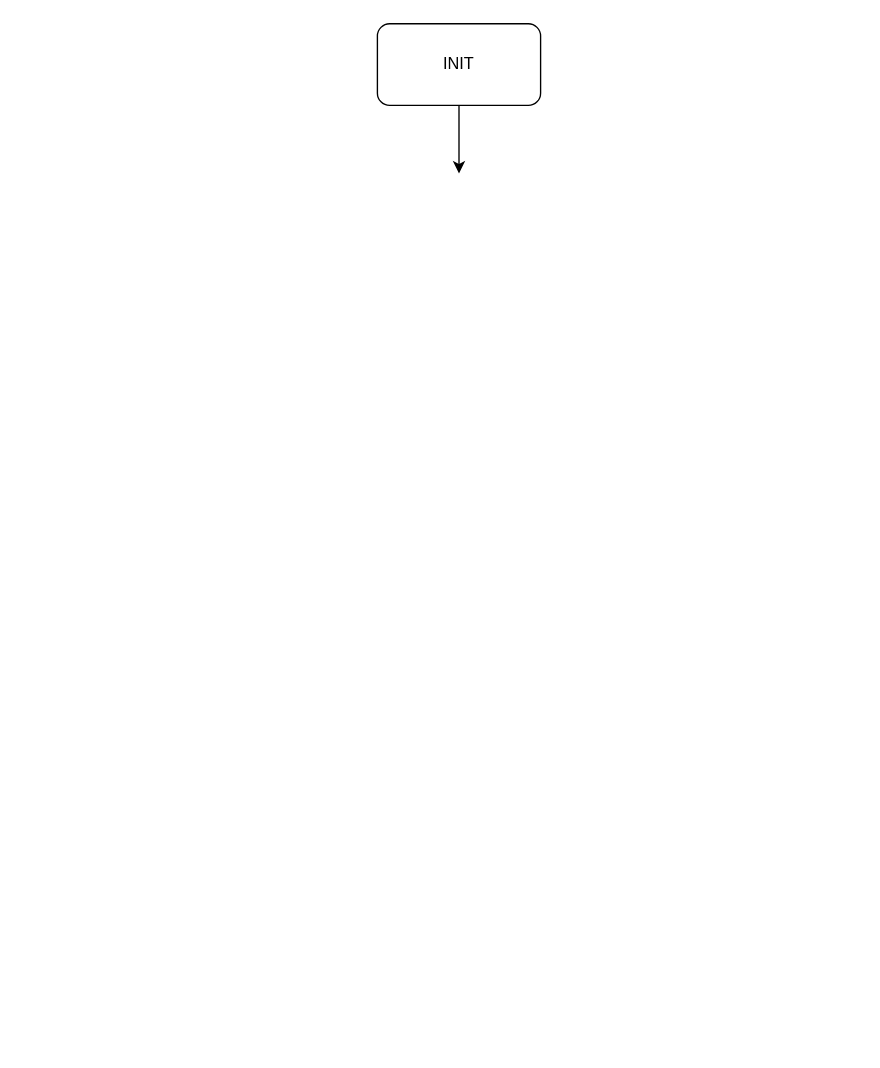
alascancar1/practica0101_GIT keeps this draw.io diagram as Ejercicio 1.2.drawio. Above is the earlier version. Source tidied: cells renumbered, new cells numbered last; positions are measured from the earlier drawing's top-left corner, leaving out a move shared by most shapes. Both pictures are drawn from the tidied source at 136%, with x=0, y=0 at pixel (377, 23).
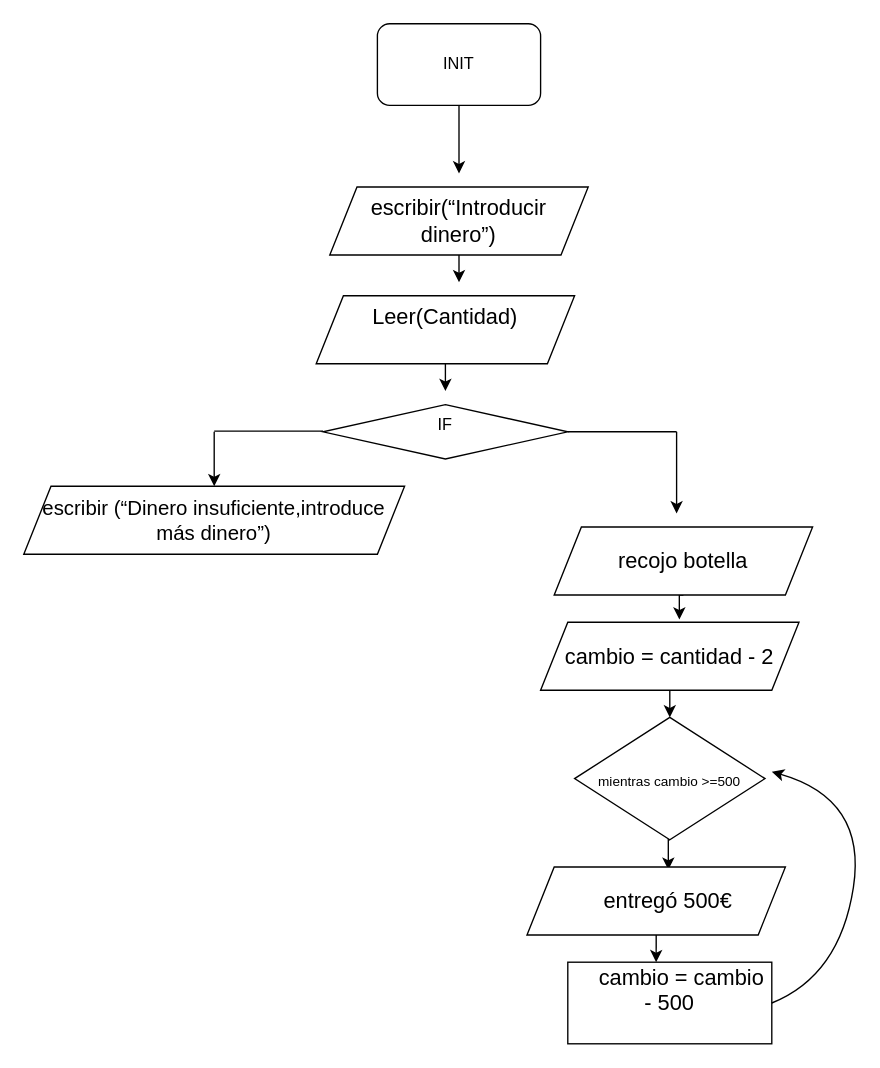
Above is the later version.

Diff of the diagram source:
```diff
@@
+    <mxCell id="4" style="edgeStyle=orthogonalEdgeStyle;rounded=0;jettySize=auto;html=1;exitX=0.5;exitY=1;exitDx=0;exitDy=0;" parent="1" edge="1" source="5">
+      <mxGeometry relative="1" as="geometry">
+        <mxPoint x="60" y="190" as="targetPoint" />
+      </mxGeometry>
+    </mxCell>
+    <mxCell id="5" value="&lt;span id=&quot;docs-internal-guid-c45075dd-7fff-2f74-0e8a-cff7aadbcc88&quot;&gt;&lt;span style=&quot;font-size: 12pt; font-family: Arial; background-color: transparent; font-variant-numeric: normal; font-variant-east-asian: normal; vertical-align: baseline;&quot;&gt;escribir(“Introducir dinero”)&lt;/span&gt;&lt;/span&gt;" style="shape=parallelogram;perimeter=parallelogramPerimeter;whiteSpace=wrap;html=1;fixedSize=1;" parent="1" vertex="1">
+      <mxGeometry x="-35" y="120" width="190" height="50" as="geometry" />
+    </mxCell>
+    <mxCell id="6" style="rhombus;whiteSpace=wrap;html=1;" parent="1" vertex="1">
+      <mxGeometry x="-40" y="280" width="180" height="40" as="geometry" />
+    </mxCell>
+    <mxCell id="7" style="endArrow=none;html=1;rounded=0;entryX=1;entryY=0.5;entryDx=0;entryDy=0;" parent="1" edge="1" target="6">
+      <mxGeometry relative="1" as="geometry">
+        <mxPoint x="220" y="300" as="sourcePoint" />
+      </mxGeometry>
+    </mxCell>
+    <mxCell id="8" style="endArrow=none;html=1;rounded=0;entryX=1;entryY=0.5;entryDx=0;entryDy=0;" parent="1" edge="1">
+      <mxGeometry relative="1" as="geometry">
+        <mxPoint x="-40" y="299.5" as="sourcePoint" />
+        <mxPoint x="-120" y="299.5" as="targetPoint" />
+      </mxGeometry>
+    </mxCell>
+    <mxCell id="9" style="endArrow=classic;html=1;rounded=0;" parent="1" edge="1">
+      <mxGeometry relative="1" as="geometry">
+        <mxPoint x="220" y="300" as="sourcePoint" />
+        <mxPoint x="220" y="360" as="targetPoint" />
+      </mxGeometry>
+    </mxCell>
+    <mxCell id="10" value="IF" style="text;html=1;strokeColor=none;fillColor=none;align=center;verticalAlign=middle;whiteSpace=wrap;rounded=0;" parent="1" vertex="1">
+      <mxGeometry x="20" y="280" width="60" height="30" as="geometry" />
+    </mxCell>
+    <mxCell id="11" style="edgeStyle=orthogonalEdgeStyle;rounded=0;jettySize=auto;html=1;exitX=0.5;exitY=1;exitDx=0;exitDy=0;" parent="1" edge="1" source="12">
+      <mxGeometry relative="1" as="geometry">
+        <mxPoint x="50" y="270" as="targetPoint" />
+      </mxGeometry>
+    </mxCell>
+    <mxCell id="12" value="&lt;span id=&quot;docs-internal-guid-c505c66f-7fff-5860-4feb-75121a48ca0f&quot;&gt;&lt;p style=&quot;line-height:1.2;margin-top:0pt;margin-bottom:0pt;&quot; dir=&quot;ltr&quot;&gt;&lt;span style=&quot;font-size: 12pt; font-family: Arial; background-color: transparent; font-variant-numeric: normal; font-variant-east-asian: normal; vertical-align: baseline;&quot;&gt;Leer(Cantidad)&lt;/span&gt;&lt;/p&gt;&lt;div&gt;&lt;span style=&quot;font-size: 12pt; font-family: Arial; background-color: transparent; font-variant-numeric: normal; font-variant-east-asian: normal; vertical-align: baseline;&quot;&gt;&lt;br&gt;&lt;/span&gt;&lt;/div&gt;&lt;/span&gt;" style="shape=parallelogram;perimeter=parallelogramPerimeter;whiteSpace=wrap;html=1;fixedSize=1;" parent="1" vertex="1">
+      <mxGeometry x="-45" y="200" width="190" height="50" as="geometry" />
+    </mxCell>
+    <mxCell id="13" value="&lt;span id=&quot;docs-internal-guid-467ed30a-7fff-4213-ffa8-acd754d8c483&quot;&gt;&lt;span style=&quot;font-family: Arial; background-color: transparent; font-variant-numeric: normal; font-variant-east-asian: normal; vertical-align: baseline;&quot;&gt;&lt;font style=&quot;font-size: 15px;&quot;&gt;escribir (“Dinero insuficiente,introduce más dinero”)&lt;/font&gt;&lt;/span&gt;&lt;/span&gt;" style="shape=parallelogram;perimeter=parallelogramPerimeter;whiteSpace=wrap;html=1;fixedSize=1;" parent="1" vertex="1">
+      <mxGeometry x="-260" y="340" width="280" height="50" as="geometry" />
+    </mxCell>
+    <mxCell id="14" style="edgeStyle=orthogonalEdgeStyle;rounded=0;jettySize=auto;html=1;exitX=0.5;exitY=1;exitDx=0;exitDy=0;entryX=0.537;entryY=-0.04;entryDx=0;entryDy=0;entryPerimeter=0;fontSize=15;" parent="1" edge="1" source="15" target="18">
+      <mxGeometry relative="1" as="geometry" />
+    </mxCell>
+    <mxCell id="15" value="&lt;span id=&quot;docs-internal-guid-d0be2b1b-7fff-6998-10df-310eaeeb39be&quot;&gt;&lt;span style=&quot;font-size: 12pt; font-family: Arial; background-color: transparent; font-variant-numeric: normal; font-variant-east-asian: normal; vertical-align: baseline;&quot;&gt;recojo botella&lt;/span&gt;&lt;/span&gt;" style="shape=parallelogram;perimeter=parallelogramPerimeter;whiteSpace=wrap;html=1;fixedSize=1;" parent="1" vertex="1">
+      <mxGeometry x="130" y="370" width="190" height="50" as="geometry" />
+    </mxCell>
+    <mxCell id="16" style="endArrow=classic;html=1;rounded=0;fontSize=15;entryX=0.5;entryY=0;entryDx=0;entryDy=0;" parent="1" edge="1" target="13">
+      <mxGeometry relative="1" as="geometry">
+        <mxPoint x="-120" y="300" as="sourcePoint" />
+      </mxGeometry>
+    </mxCell>
+    <mxCell id="17" style="edgeStyle=orthogonalEdgeStyle;rounded=0;jettySize=auto;html=1;exitX=0.5;exitY=1;exitDx=0;exitDy=0;fontSize=15;entryX=0.5;entryY=0;entryDx=0;entryDy=0;" parent="1" edge="1" source="18" target="20">
+      <mxGeometry relative="1" as="geometry" />
+    </mxCell>
+    <mxCell id="18" value="&lt;span id=&quot;docs-internal-guid-cfc1de5e-7fff-ece5-3c1b-cbc50cad3cb3&quot;&gt;&lt;span style=&quot;font-size: 12pt; font-family: Arial; background-color: transparent; font-variant-numeric: normal; font-variant-east-asian: normal; vertical-align: baseline;&quot;&gt;cambio = cantidad - 2&lt;/span&gt;&lt;/span&gt;" style="shape=parallelogram;perimeter=parallelogramPerimeter;whiteSpace=wrap;html=1;fixedSize=1;" parent="1" vertex="1">
+      <mxGeometry x="120" y="440" width="190" height="50" as="geometry" />
+    </mxCell>
+    <mxCell id="19" style="edgeStyle=orthogonalEdgeStyle;rounded=0;jettySize=auto;html=1;exitX=0.5;exitY=1;exitDx=0;exitDy=0;entryX=0.547;entryY=0.04;entryDx=0;entryDy=0;entryPerimeter=0;fontSize=10;" parent="1" edge="1" source="20" target="23">
+      <mxGeometry relative="1" as="geometry" />
+    </mxCell>
+    <mxCell id="20" value="&lt;span id=&quot;docs-internal-guid-ced4e683-7fff-a1e6-b21e-6e4cd2de92a2&quot;&gt;&lt;span style=&quot;font-family: Arial; background-color: transparent; font-variant-numeric: normal; font-variant-east-asian: normal; vertical-align: baseline;&quot;&gt;&lt;font style=&quot;font-size: 10px;&quot;&gt;mientras cambio &amp;gt;=500&lt;/font&gt;&lt;/span&gt;&lt;/span&gt;" style="rhombus;whiteSpace=wrap;html=1;fontSize=15;" parent="1" vertex="1">
+      <mxGeometry x="145" y="510" width="140" height="90" as="geometry" />
+    </mxCell>
+    <mxCell id="21" value="&lt;span id=&quot;docs-internal-guid-5bcfe7e6-7fff-4218-41c0-27268a5f5dbc&quot;&gt;&lt;p style=&quot;line-height:1.2;margin-top:0pt;margin-bottom:0pt;&quot; dir=&quot;ltr&quot;&gt;&lt;span style=&quot;font-size: 12pt; font-family: Arial; background-color: transparent; font-variant-numeric: normal; font-variant-east-asian: normal; vertical-align: baseline;&quot;&gt;&amp;nbsp;&amp;nbsp;&amp;nbsp;&amp;nbsp;cambio = cambio - 500&lt;/span&gt;&lt;/p&gt;&lt;div&gt;&lt;span style=&quot;font-size: 12pt; font-family: Arial; background-color: transparent; font-variant-numeric: normal; font-variant-east-asian: normal; vertical-align: baseline;&quot;&gt;&lt;br&gt;&lt;/span&gt;&lt;/div&gt;&lt;/span&gt;" style="rounded=0;whiteSpace=wrap;html=1;fontSize=10;" parent="1" vertex="1">
+      <mxGeometry x="140" y="690" width="150" height="60" as="geometry" />
+    </mxCell>
+    <mxCell id="22" style="edgeStyle=orthogonalEdgeStyle;rounded=0;jettySize=auto;html=1;exitX=0.5;exitY=1;exitDx=0;exitDy=0;entryX=0.433;entryY=0;entryDx=0;entryDy=0;entryPerimeter=0;fontSize=10;" parent="1" edge="1" source="23" target="21">
+      <mxGeometry relative="1" as="geometry" />
+    </mxCell>
+    <mxCell id="23" value="&lt;span id=&quot;docs-internal-guid-5eebd9eb-7fff-eb2d-ecb9-ad2aa851d37e&quot;&gt;&lt;span style=&quot;font-size: 12pt; font-family: Arial; background-color: transparent; font-variant-numeric: normal; font-variant-east-asian: normal; vertical-align: baseline;&quot;&gt;&amp;nbsp;&amp;nbsp;&amp;nbsp;&amp;nbsp;entregó 500€&lt;/span&gt;&lt;/span&gt;" style="shape=parallelogram;perimeter=parallelogramPerimeter;whiteSpace=wrap;html=1;fixedSize=1;" parent="1" vertex="1">
+      <mxGeometry x="110" y="620" width="190" height="50" as="geometry" />
+    </mxCell>
+    <mxCell id="24" style="curved=1;endArrow=classic;html=1;rounded=0;fontSize=10;exitX=1;exitY=0.5;exitDx=0;exitDy=0;" parent="1" edge="1" source="21">
+      <mxGeometry relative="1" as="geometry">
+        <mxPoint x="290" y="550" as="targetPoint" />
+        <Array as="points">
+          <mxPoint x="340" y="700" />
+          <mxPoint x="360" y="570" />
+        </Array>
+      </mxGeometry>
+    </mxCell>
```
